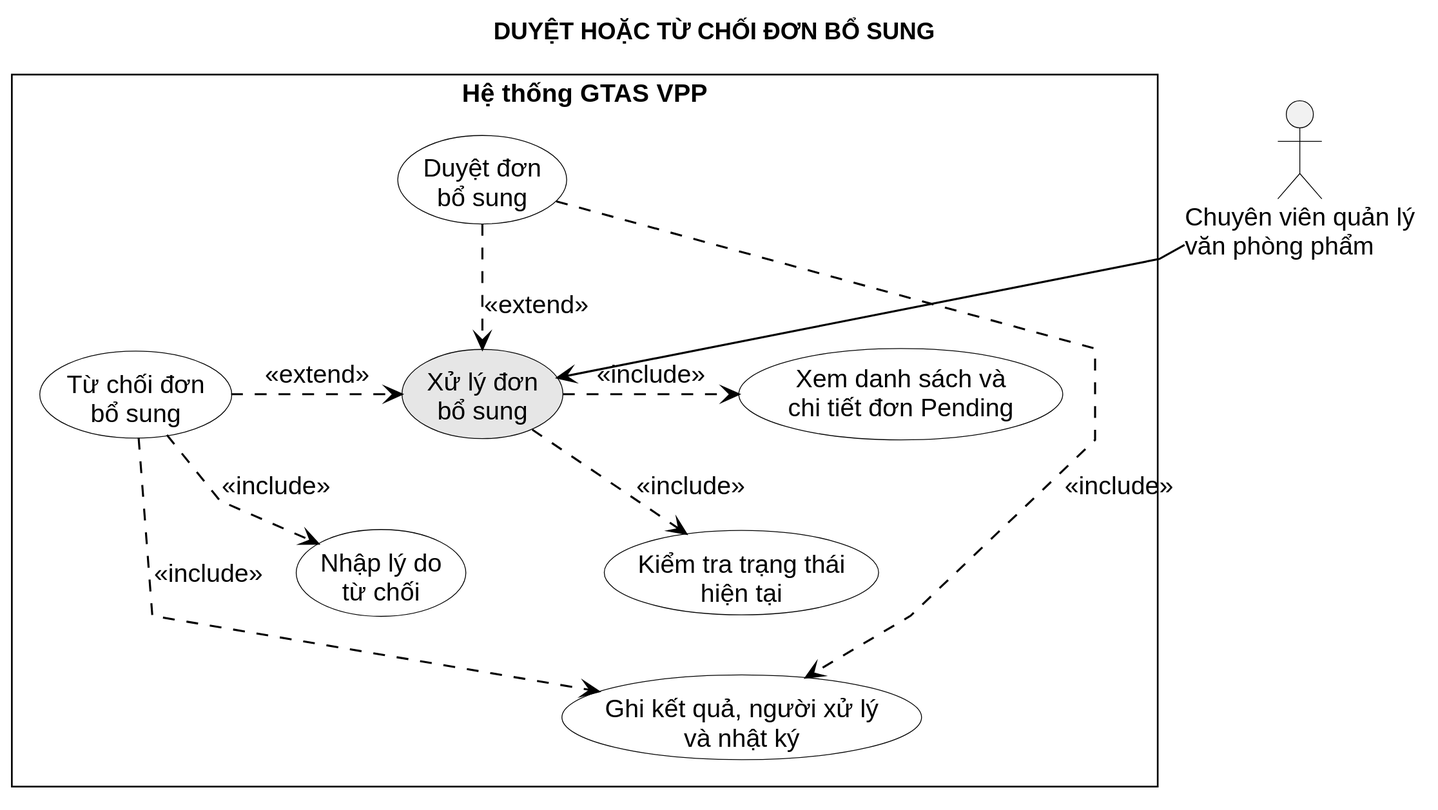
Earlier version of the PlantUML export LVTN/diagrams/ch03/use-case-approve-additional-request.svg (Miikey24s/gtas_vpp).
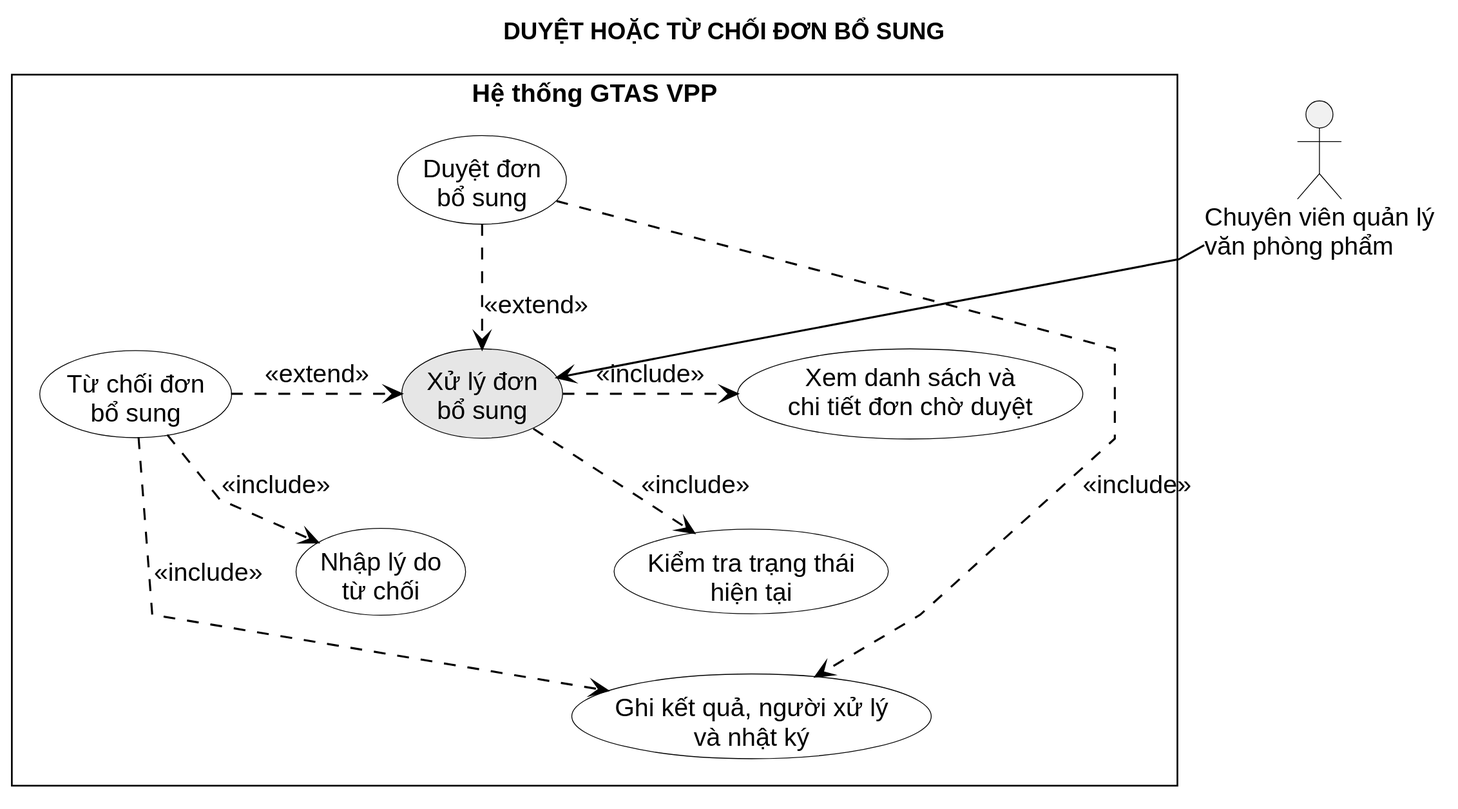
Above is the later version.

What changed in the source:
```diff
@@ -8,7 +8,7 @@
   usecase "Xử lý đơn\nbổ sung" as Process #E6E6E6
   usecase "Duyệt đơn\nbổ sung" as Approve
   usecase "Từ chối đơn\nbổ sung" as Reject
-  usecase "Xem danh sách và\nchi tiết đơn Pending" as Review
+  usecase "Xem danh sách và\nchi tiết đơn chờ duyệt" as Review
   usecase "Kiểm tra trạng thái\nhiện tại" as State
   usecase "Nhập lý do\ntừ chối" as Reason
   usecase "Ghi kết quả, người xử lý\nvà nhật ký" as Audit
```
